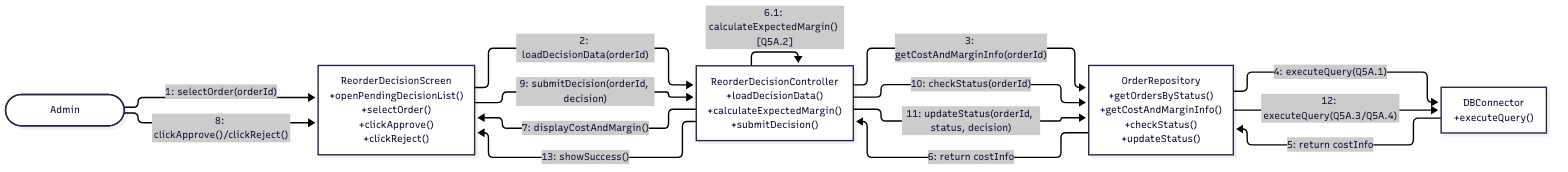
This is 03-chapter2-use-case-descriptions/diagrams/png/5A-collaboration.png from xbpkdi/321-sa-proj, a Mermaid export, as it was before one commit. Its source is kept beside it as 03-chapter2-use-case-descriptions/diagrams/mmd/5A-collaboration.mmd.
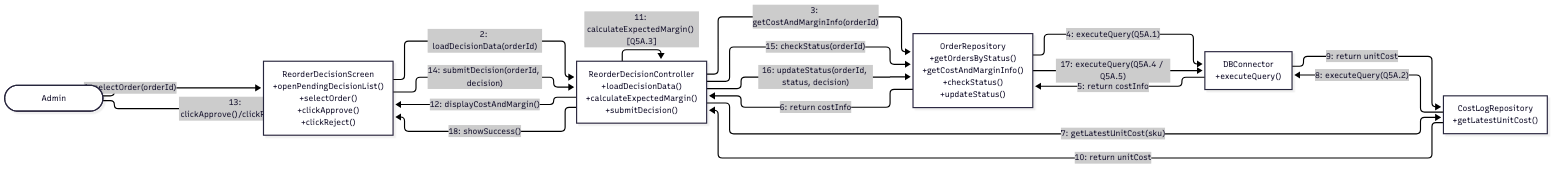
The same file after the commit.

Change to the diagram source:
```diff
@@ -4,6 +4,7 @@
     Screen["ReorderDecisionScreen<br/>+openPendingDecisionList()<br/>+selectOrder()<br/>+clickApprove()<br/>+clickReject()"]
     RDC["ReorderDecisionController<br/>+loadDecisionData()<br/>+calculateExpectedMargin()<br/>+submitDecision()"]
     OrderRepo["OrderRepository<br/>+getOrdersByStatus()<br/>+getCostAndMarginInfo()<br/>+checkStatus()<br/>+updateStatus()"]
+    CostRepo["CostLogRepository<br/>+getLatestUnitCost()"]
     DB["DBConnector<br/>+executeQuery()"]
 
     Admin -->|"1: selectOrder(orderId)"| Screen
@@ -12,11 +13,15 @@
     OrderRepo -->|"4: executeQuery(Q5A.1)"| DB
     DB -->|"5: return costInfo"| OrderRepo
     OrderRepo -->|"6: return costInfo"| RDC
-    RDC -->|"6.1: calculateExpectedMargin() [Q5A.2]"| RDC
-    RDC -->|"7: displayCostAndMargin()"| Screen
-    Admin -->|"8: clickApprove()/clickReject()"| Screen
-    Screen -->|"9: submitDecision(orderId, decision)"| RDC
-    RDC -->|"10: checkStatus(orderId)"| OrderRepo
-    RDC -->|"11: updateStatus(orderId, status, decision)"| OrderRepo
-    OrderRepo -->|"12: executeQuery(Q5A.3/Q5A.4)"| DB
-    RDC -->|"13: showSuccess()"| Screen
+    RDC -->|"7: getLatestUnitCost(sku)"| CostRepo
+    CostRepo -->|"8: executeQuery(Q5A.2)"| DB
+    DB -->|"9: return unitCost"| CostRepo
+    CostRepo -->|"10: return unitCost"| RDC
+    RDC -->|"11: calculateExpectedMargin() [Q5A.3]"| RDC
+    RDC -->|"12: displayCostAndMargin()"| Screen
+    Admin -->|"13: clickApprove()/clickReject()"| Screen
+    Screen -->|"14: submitDecision(orderId, decision)"| RDC
+    RDC -->|"15: checkStatus(orderId)"| OrderRepo
+    RDC -->|"16: updateStatus(orderId, status, decision)"| OrderRepo
+    OrderRepo -->|"17: executeQuery(Q5A.4 / Q5A.5)"| DB
+    RDC -->|"18: showSuccess()"| Screen
```
